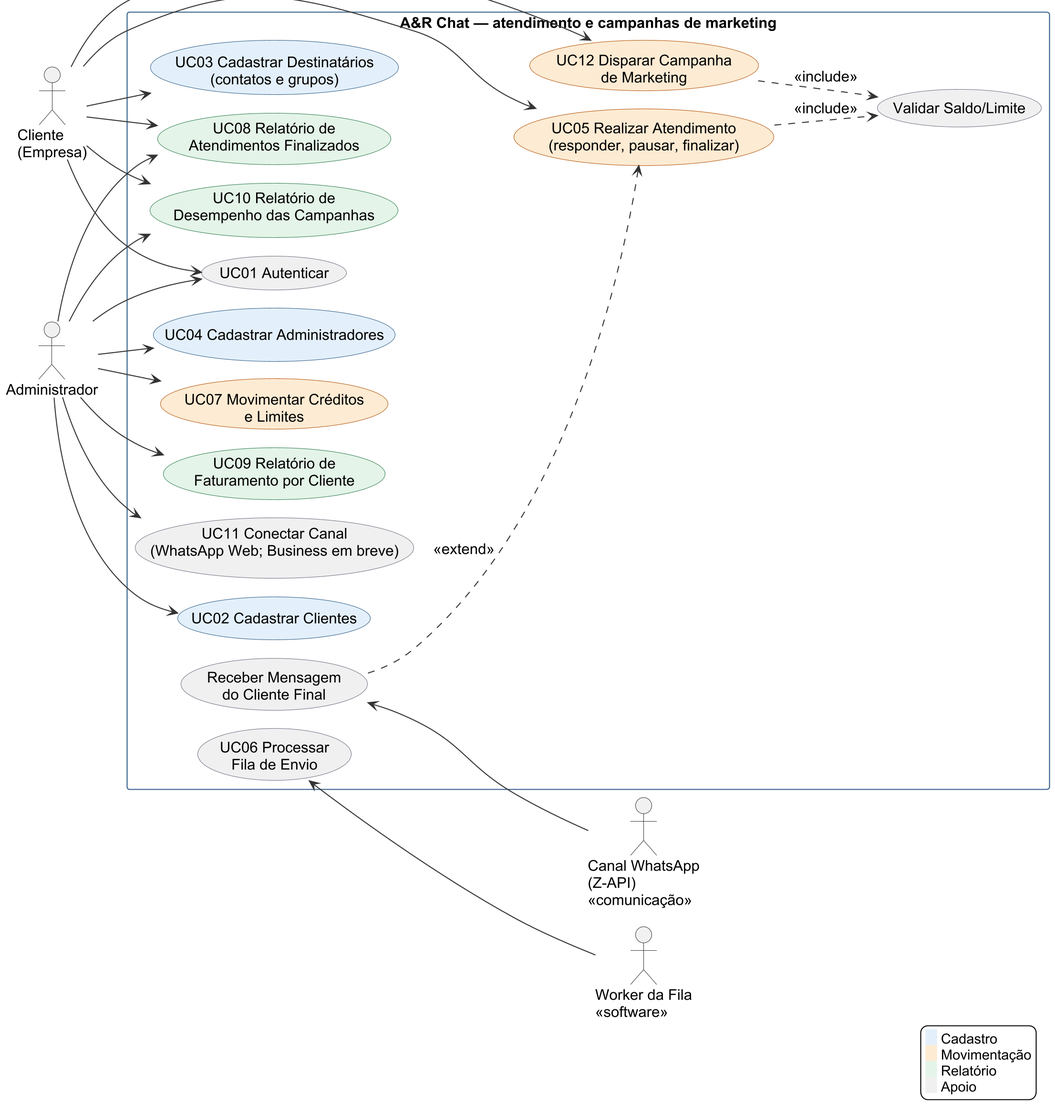
ryanandrade-beep/ar-chat keeps this PlantUML diagram as docs/03-diagramas/01-casos-de-uso.png. Above is the earlier version. Source of this version:
```plantuml
@startuml
skinparamlocked dpi 200
!pragma layout smetana
!include skin.iuml
left to right direction
skinparam usecase {
  BackgroundColor<<Cadastro>> #E3F0FB
  BorderColor<<Cadastro>> #2F5B85
  BackgroundColor<<Movimentação>> #FDEBD3
  BorderColor<<Movimentação>> #B45309
  BackgroundColor<<Relatório>> #E4F4E8
  BorderColor<<Relatório>> #2F7D4F
  BackgroundColor<<Apoio>> #F0F0F0
  BorderColor<<Apoio>> #6B7280
}
hide stereotype
actor "Cliente\n(Empresa)" as Cli
actor "Administrador" as Adm
rectangle "A&R Chat — atendimento e campanhas de marketing" {
  usecase "UC01 Autenticar" <<Apoio>> as UC01
  usecase "UC03 Cadastrar Destinatários\n(contatos e grupos)" <<Cadastro>> as UC03
  usecase "UC05 Realizar Atendimento\n(responder, pausar, finalizar)" <<Movimentação>> as UC05
  usecase "UC12 Disparar Campanha\nde Marketing" <<Movimentação>> as UC12
  usecase "UC08 Relatório de\nAtendimentos Finalizados" <<Relatório>> as UC08
  usecase "UC10 Relatório de\nDesempenho das Campanhas" <<Relatório>> as UC10
  usecase "UC02 Cadastrar Clientes" <<Cadastro>> as UC02
  usecase "UC04 Cadastrar Administradores" <<Cadastro>> as UC04
  usecase "UC07 Movimentar Créditos\ne Limites" <<Movimentação>> as UC07
  usecase "UC09 Relatório de\nFaturamento por Cliente" <<Relatório>> as UC09
  usecase "UC11 Conectar Canal\n(WhatsApp Web; Business em breve)" <<Apoio>> as UC11
  usecase "Validar Saldo/Limite" <<Apoio>> as VAL
  usecase "Receber Mensagem\ndo Cliente Final" <<Apoio>> as REC
  usecase "UC06 Processar\nFila de Envio" <<Apoio>> as UC06
}
actor "Canal WhatsApp\n(Z-API)\n<<comunicação>>" as Zap
actor "Worker da Fila\n<<software>>" as Wrk
Cli --> UC01
Cli --> UC03
Cli --> UC05
Cli --> UC12
Cli --> UC08
Cli --> UC10
Adm --> UC01
Adm --> UC02
Adm --> UC04
Adm --> UC07
Adm --> UC08
Adm --> UC09
Adm --> UC10
Adm --> UC11
UC05 ..> VAL : <<include>>
UC12 ..> VAL : <<include>>
REC ..> UC05 : <<extend>>
REC <-- Zap
UC06 <-- Wrk
legend right
  <back:#E3F0FB>   </back> Cadastro
  <back:#FDEBD3>   </back> Movimentação
  <back:#E4F4E8>   </back> Relatório
  <back:#F0F0F0>   </back> Apoio
endlegend
@enduml
```
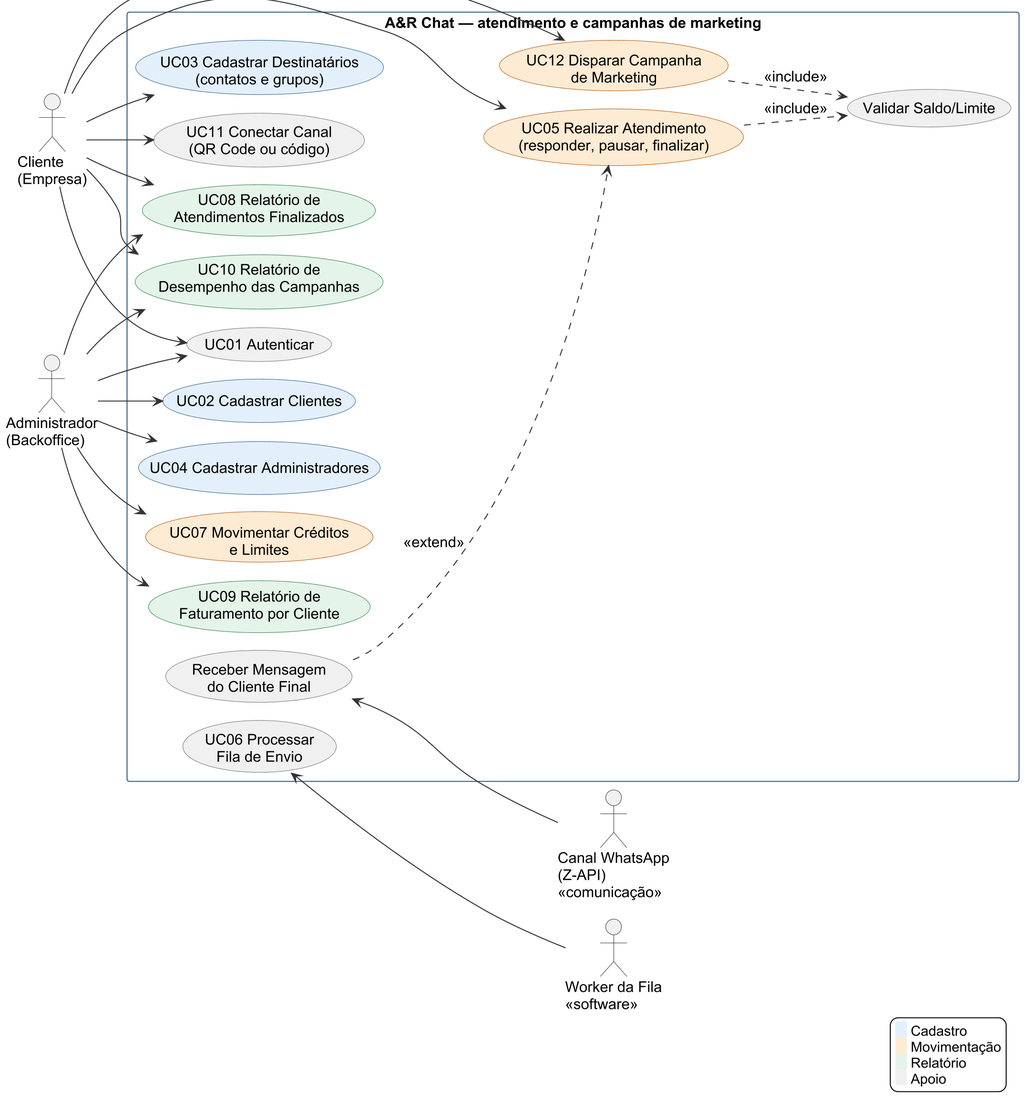
Later version of the same file.

What changed in the source:
```diff
@@ -15,7 +15,7 @@
 }
 hide stereotype
 actor "Cliente\n(Empresa)" as Cli
-actor "Administrador" as Adm
+actor "Administrador\n(Backoffice)" as Adm
 rectangle "A&R Chat — atendimento e campanhas de marketing" {
   usecase "UC01 Autenticar" <<Apoio>> as UC01
   usecase "UC03 Cadastrar Destinatários\n(contatos e grupos)" <<Cadastro>> as UC03
@@ -27,7 +27,7 @@
   usecase "UC04 Cadastrar Administradores" <<Cadastro>> as UC04
   usecase "UC07 Movimentar Créditos\ne Limites" <<Movimentação>> as UC07
   usecase "UC09 Relatório de\nFaturamento por Cliente" <<Relatório>> as UC09
-  usecase "UC11 Conectar Canal\n(WhatsApp Web; Business em breve)" <<Apoio>> as UC11
+  usecase "UC11 Conectar Canal\n(QR Code ou código)" <<Apoio>> as UC11
   usecase "Validar Saldo/Limite" <<Apoio>> as VAL
   usecase "Receber Mensagem\ndo Cliente Final" <<Apoio>> as REC
   usecase "UC06 Processar\nFila de Envio" <<Apoio>> as UC06
@@ -47,7 +47,7 @@
 Adm --> UC08
 Adm --> UC09
 Adm --> UC10
-Adm --> UC11
+Cli --> UC11
 UC05 ..> VAL : <<include>>
 UC12 ..> VAL : <<include>>
 REC ..> UC05 : <<extend>>
```
